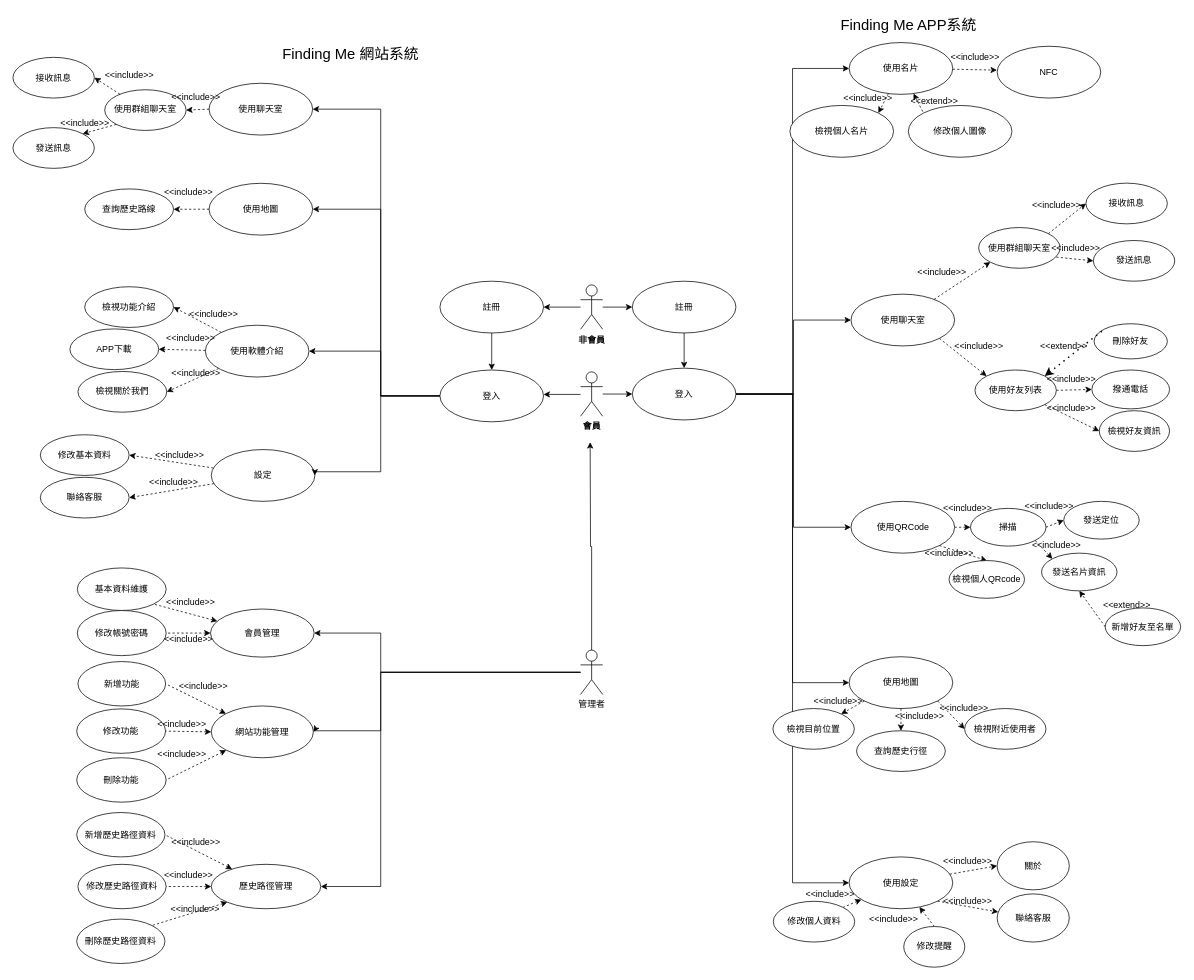
may900620/codepanimg keeps this draw.io diagram as page "使用個案圖" (1 of 4) of Untitled Diagram.drawio. Above is the earlier version. Source tidied: cells renumbered, new cells numbered last; positions are measured from the earlier drawing's top-left corner, leaving out a move shared by most shapes. Both pictures are drawn from the tidied source at 74%, with x=0, y=0 at pixel (13, 13).
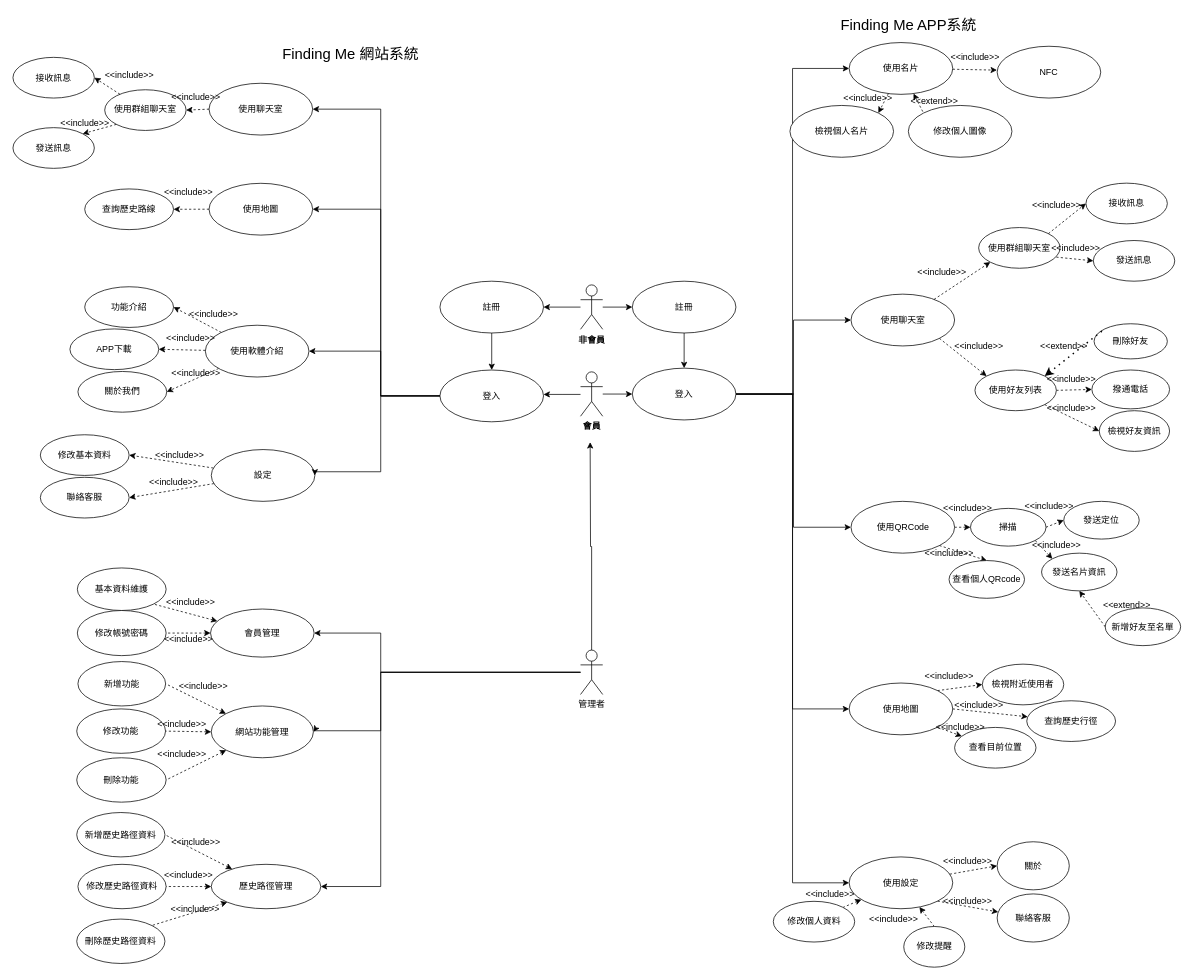
The same diagram, later.

The edit, as a diff of the source:
```diff
@@
-    <mxCell id="21" value="&lt;div&gt;檢視目前位置&lt;/div&gt;" style="ellipse;whiteSpace=wrap;html=1;fillColor=default;strokeColor=default;fontColor=default;" parent="1" vertex="1">
-      <mxGeometry x="1027" y="940" width="110" height="55" as="geometry" />
+    <mxCell id="21" value="&lt;div&gt;查看目前位置&lt;/div&gt;" style="ellipse;whiteSpace=wrap;html=1;fillColor=default;strokeColor=default;fontColor=default;" parent="1" vertex="1">
+      <mxGeometry x="1272.5" y="965.5" width="110" height="55" as="geometry" />
     </mxCell>
     <mxCell id="22" value="查詢歷史行徑" style="ellipse;whiteSpace=wrap;html=1;fillColor=default;strokeColor=default;fontColor=default;" parent="1" vertex="1">
-      <mxGeometry x="1140" y="970" width="120" height="55" as="geometry" />
+      <mxGeometry x="1370" y="929.5" width="120" height="55" as="geometry" />
     </mxCell>
     <mxCell id="23" value="&lt;div&gt;使用地圖&lt;/div&gt;" style="ellipse;whiteSpace=wrap;html=1;fillColor=default;strokeColor=default;fontColor=default;" parent="1" vertex="1">
-      <mxGeometry x="1130" y="870" width="140" height="70" as="geometry" />
+      <mxGeometry x="1130" y="905.5" width="140" height="70" as="geometry" />
     </mxCell>
-    <mxCell id="24" style="endArrow=classic;html=1;rounded=0;dashed=1;labelBackgroundColor=default;fontColor=default;strokeColor=default;exitX=0;exitY=1;exitDx=0;exitDy=0;" parent="1" edge="1" source="23" target="21">
+    <mxCell id="24" style="endArrow=classic;html=1;rounded=0;dashed=1;labelBackgroundColor=default;fontColor=default;strokeColor=default;exitX=1;exitY=1;exitDx=0;exitDy=0;" parent="1" edge="1" source="23" target="21">
       <mxGeometry relative="1" as="geometry" />
     </mxCell>
-    <mxCell id="25" style="endArrow=classic;html=1;rounded=0;dashed=1;labelBackgroundColor=default;fontColor=default;strokeColor=default;exitX=0.5;exitY=1;exitDx=0;exitDy=0;" parent="1" edge="1" source="23" target="22">
+    <mxCell id="25" style="endArrow=classic;html=1;rounded=0;dashed=1;labelBackgroundColor=default;fontColor=default;strokeColor=default;exitX=1;exitY=0.5;exitDx=0;exitDy=0;" parent="1" edge="1" source="23" target="22">
       <mxGeometry relative="1" as="geometry" />
     </mxCell>
     <mxCell id="26" value="檢視附近使用者" style="ellipse;whiteSpace=wrap;html=1;fillColor=default;strokeColor=default;fontColor=default;" parent="1" vertex="1">
-      <mxGeometry x="1286" y="940" width="110" height="55" as="geometry" />
+      <mxGeometry x="1310" y="880" width="110" height="55" as="geometry" />
     </mxCell>
     <mxCell id="27" value="&amp;lt;&amp;lt;include&amp;gt;&amp;gt;" style="text;html=1;align=center;verticalAlign=middle;strokeColor=none;fillColor=none;fontColor=default;" parent="1" vertex="1">
-      <mxGeometry x="1075" y="920" width="80" height="20" as="geometry" />
+      <mxGeometry x="1240" y="955.5" width="80" height="20" as="geometry" />
     </mxCell>
     <mxCell id="28" value="&amp;lt;&amp;lt;include&amp;gt;&amp;gt;" style="text;html=1;align=center;verticalAlign=middle;strokeColor=none;fillColor=none;fontColor=default;" parent="1" vertex="1">
-      <mxGeometry x="1185" y="940" width="80" height="20" as="geometry" />
+      <mxGeometry x="1265" y="925.5" width="80" height="20" as="geometry" />
     </mxCell>
     <mxCell id="29" value="&amp;lt;&amp;lt;include&amp;gt;&amp;gt;" style="text;html=1;align=center;verticalAlign=middle;strokeColor=none;fillColor=none;fontColor=default;" parent="1" vertex="1">
-      <mxGeometry x="1245" y="930" width="80" height="20" as="geometry" />
+      <mxGeometry x="1225" y="885.5" width="80" height="20" as="geometry" />
     </mxCell>
-    <mxCell id="30" style="endArrow=classic;html=1;rounded=0;dashed=1;labelBackgroundColor=default;fontColor=default;strokeColor=default;entryX=0;entryY=0.5;entryDx=0;entryDy=0;exitX=1;exitY=1;exitDx=0;exitDy=0;" parent="1" edge="1" source="23" target="26">
+    <mxCell id="30" style="endArrow=classic;html=1;rounded=0;dashed=1;labelBackgroundColor=default;fontColor=default;strokeColor=default;entryX=0;entryY=0.5;entryDx=0;entryDy=0;exitX=1;exitY=0;exitDx=0;exitDy=0;" parent="1" edge="1" source="23" target="26">
       <mxGeometry relative="1" as="geometry" />
     </mxCell>
@@
-    <mxCell id="126" value="檢視個人QRcode" style="ellipse;whiteSpace=wrap;html=1;fillColor=default;strokeColor=default;fontColor=default;" parent="1" vertex="1">
+    <mxCell id="126" value="查看個人QRcode" style="ellipse;whiteSpace=wrap;html=1;fillColor=default;strokeColor=default;fontColor=default;" parent="1" vertex="1">
       <mxGeometry x="1265" y="740" width="102" height="51" as="geometry" />
     </mxCell>
@@
-    <mxCell id="143" value="檢視功能介紹" style="ellipse;whiteSpace=wrap;html=1;fillColor=default;strokeColor=default;fontColor=default;" parent="1" vertex="1">
+    <mxCell id="143" value="功能介紹" style="ellipse;whiteSpace=wrap;html=1;fillColor=default;strokeColor=default;fontColor=default;" parent="1" vertex="1">
       <mxGeometry x="97" y="370" width="120" height="55" as="geometry" />
     </mxCell>
@@
-    <mxCell id="145" value="檢視關於我們" style="ellipse;whiteSpace=wrap;html=1;fillColor=default;strokeColor=default;fontColor=default;" parent="1" vertex="1">
+    <mxCell id="145" value="關於我們" style="ellipse;whiteSpace=wrap;html=1;fillColor=default;strokeColor=default;fontColor=default;" parent="1" vertex="1">
       <mxGeometry x="87.8" y="484.5" width="120" height="55" as="geometry" />
     </mxCell>
```
